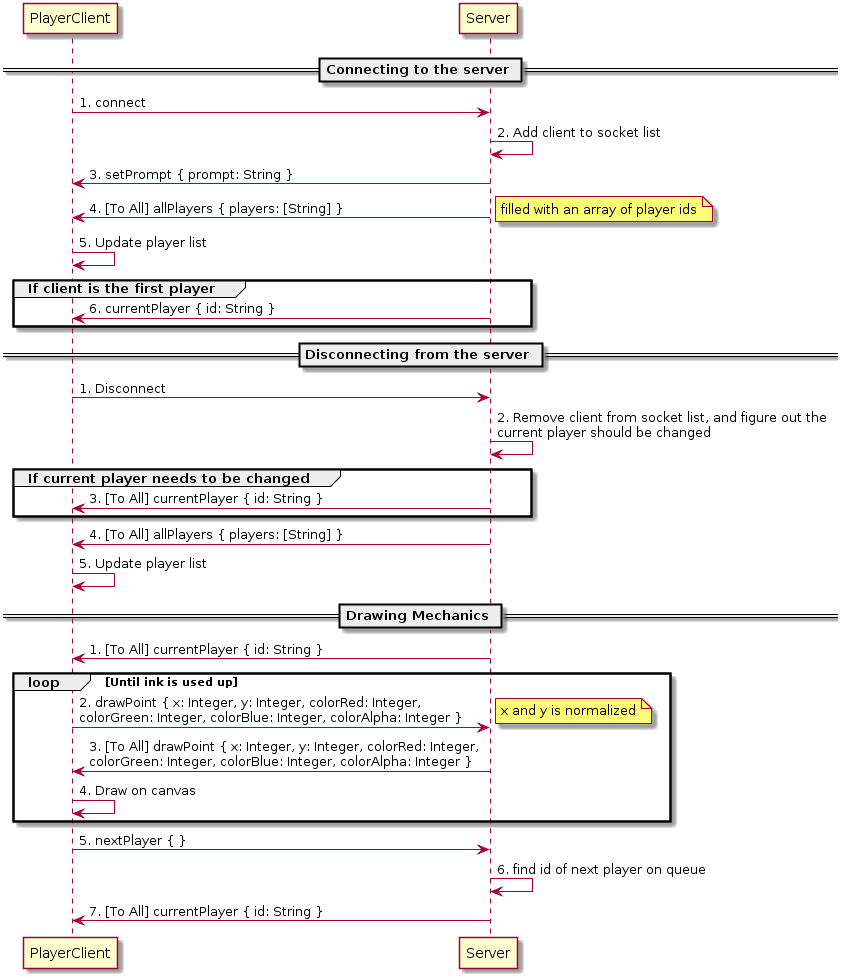
tirtawr/collective-playingaround keeps this PlantUML diagram as mechanics-diagran.png. Above is the earlier version.
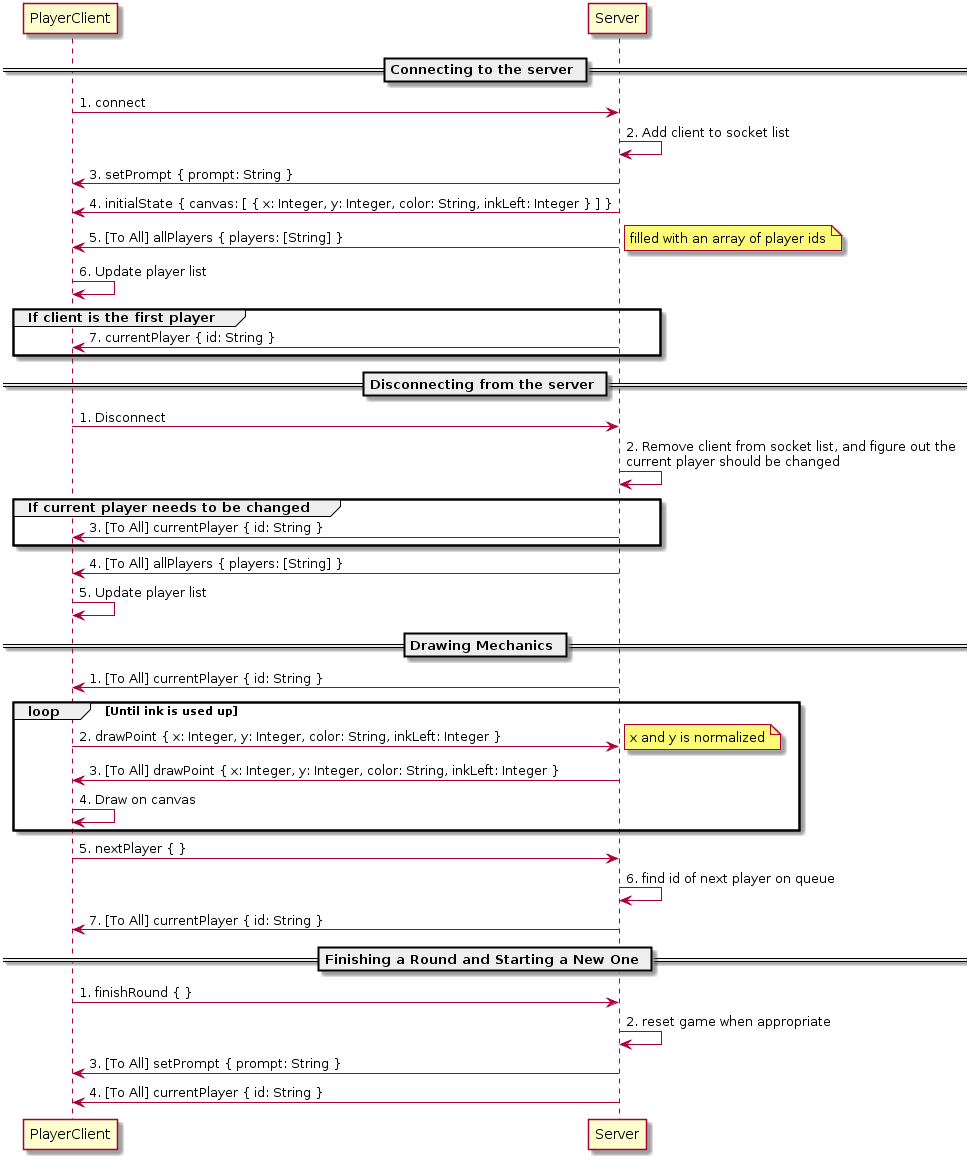
After the change.

Commit message:
Update diagram to reflect latest state again

Change to the diagram source:
```diff
@@ -3,11 +3,12 @@
 PlayerClient -> Server: 1. connect
 Server -> Server: 2. Add client to socket list
 Server -> PlayerClient: 3. setPrompt { prompt: String }
-Server -> PlayerClient: 4. [To All] allPlayers { players: [String] }
+Server -> PlayerClient: 4. initialState { canvas: [ { x: Integer, y: Integer, color: String, inkLeft: Integer } ] }
+Server -> PlayerClient: 5. [To All] allPlayers { players: [String] }
 note right: filled with an array of player ids
-PlayerClient -> PlayerClient: 5. Update player list
+PlayerClient -> PlayerClient: 6. Update player list
 group If client is the first player
-    Server -> PlayerClient: 6. currentPlayer { id: String }
+    Server -> PlayerClient: 7. currentPlayer { id: String }
 end
 
 == Disconnecting from the server ==
@@ -25,13 +26,20 @@
 Server -> PlayerClient: 1. [To All] currentPlayer { id: String }
 
 LOOP Until ink is used up
-    PlayerClient -> Server: 2. drawPoint { x: Integer, y: Integer, colorRed: Integer, \ncolorGreen: Integer, colorBlue: Integer, colorAlpha: Integer }
+    PlayerClient -> Server: 2. drawPoint { x: Integer, y: Integer, color: String, inkLeft: Integer }
     note right: x and y is normalized
-    Server -> PlayerClient: 3. [To All] drawPoint { x: Integer, y: Integer, colorRed: Integer, \ncolorGreen: Integer, colorBlue: Integer, colorAlpha: Integer }
+    Server -> PlayerClient: 3. [To All] drawPoint { x: Integer, y: Integer, color: String, inkLeft: Integer }
     PlayerClient -> PlayerClient: 4. Draw on canvas
 end
 
 PlayerClient -> Server: 5. nextPlayer { }
 Server -> Server: 6. find id of next player on queue
 Server -> PlayerClient: 7. [To All] currentPlayer { id: String }
+
+== Finishing a Round and Starting a New One ==
+
+PlayerClient -> Server: 1. finishRound { }
+Server -> Server: 2. reset game when appropriate
+Server -> PlayerClient: 3. [To All] setPrompt { prompt: String }
+Server -> PlayerClient: 4. [To All] currentPlayer { id: String }
 @enduml
```
